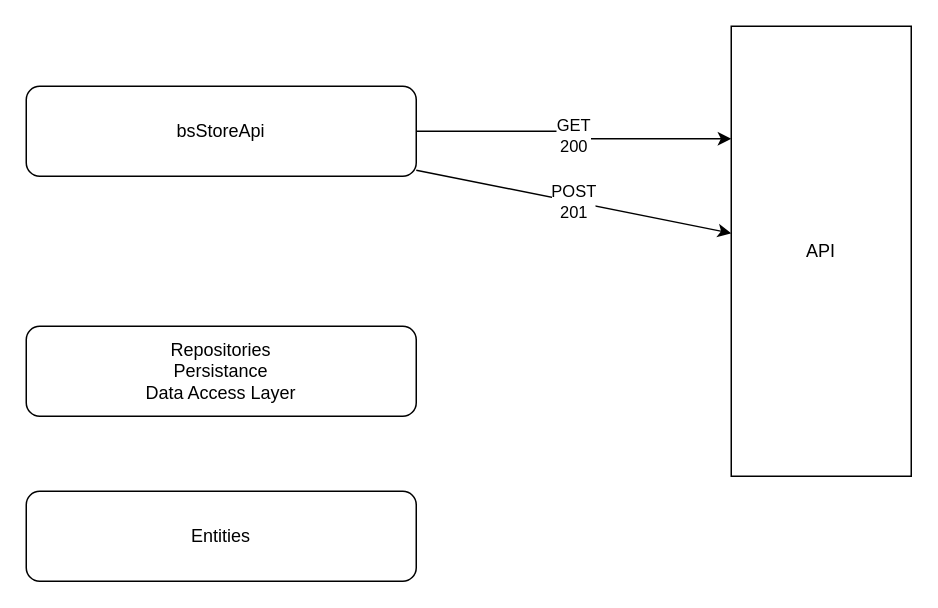
Before: page "day-07" (8 of 8) of day-08/draw.drawio in zcomert/BtkAkademiDotNetBootCamp, a draw.io diagram. Source tidied: cells renumbered, new cells numbered last; positions are measured from the earlier drawing's top-left corner, leaving out a move shared by most shapes. Both pictures are drawn from the tidied source at 150%, with x=0, y=0 at pixel (26, 26).
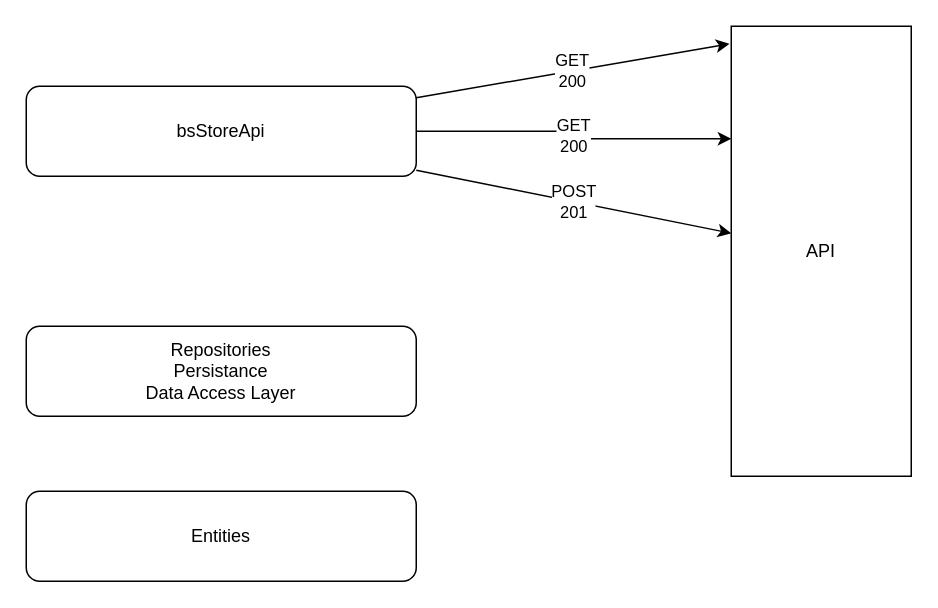
Above is the later version.

Commit message (it also covers changes not shown here):
GetOneBook has been designed.

What changed in the source:
```diff
@@
 <mxGraphModel>
   <root>
     <mxCell id="0" />
     <mxCell id="1" parent="0" />
     <mxCell id="2" value="Entities" style="rounded=1;whiteSpace=wrap;html=1;" parent="1" vertex="1">
       <mxGeometry y="310" width="260" height="60" as="geometry" />
     </mxCell>
     <mxCell id="3" value="Repositories&lt;br&gt;Persistance&lt;br&gt;Data Access Layer" style="rounded=1;whiteSpace=wrap;html=1;" parent="1" vertex="1">
       <mxGeometry y="200" width="260" height="60" as="geometry" />
     </mxCell>
     <mxCell id="4" value="GET&lt;br&gt;200" style="edgeStyle=orthogonalEdgeStyle;rounded=0;jettySize=auto;html=1;entryX=0;entryY=0.25;entryDx=0;entryDy=0;" parent="1" edge="1" source="6" target="7">
       <mxGeometry relative="1" as="geometry" />
     </mxCell>
     <mxCell id="5" value="POST&lt;br&gt;201" style="rounded=0;jettySize=auto;html=1;" parent="1" edge="1" source="6" target="7">
       <mxGeometry relative="1" as="geometry" />
     </mxCell>
+    <mxCell id="8" value="GET&lt;br&gt;200" style="edgeStyle=none;rounded=0;jettySize=auto;html=1;entryX=-0.01;entryY=0.039;entryDx=0;entryDy=0;entryPerimeter=0;" parent="1" edge="1" source="6" target="7">
+      <mxGeometry relative="1" as="geometry" />
+    </mxCell>
     <mxCell id="6" value="bsStoreApi" style="rounded=1;whiteSpace=wrap;html=1;" parent="1" vertex="1">
       <mxGeometry y="40" width="260" height="60" as="geometry" />
     </mxCell>
     <mxCell id="7" value="API" style="rounded=0;whiteSpace=wrap;html=1;" parent="1" vertex="1">
       <mxGeometry x="470" width="120" height="300" as="geometry" />
     </mxCell>
   </root>
 </mxGraphModel>
```
